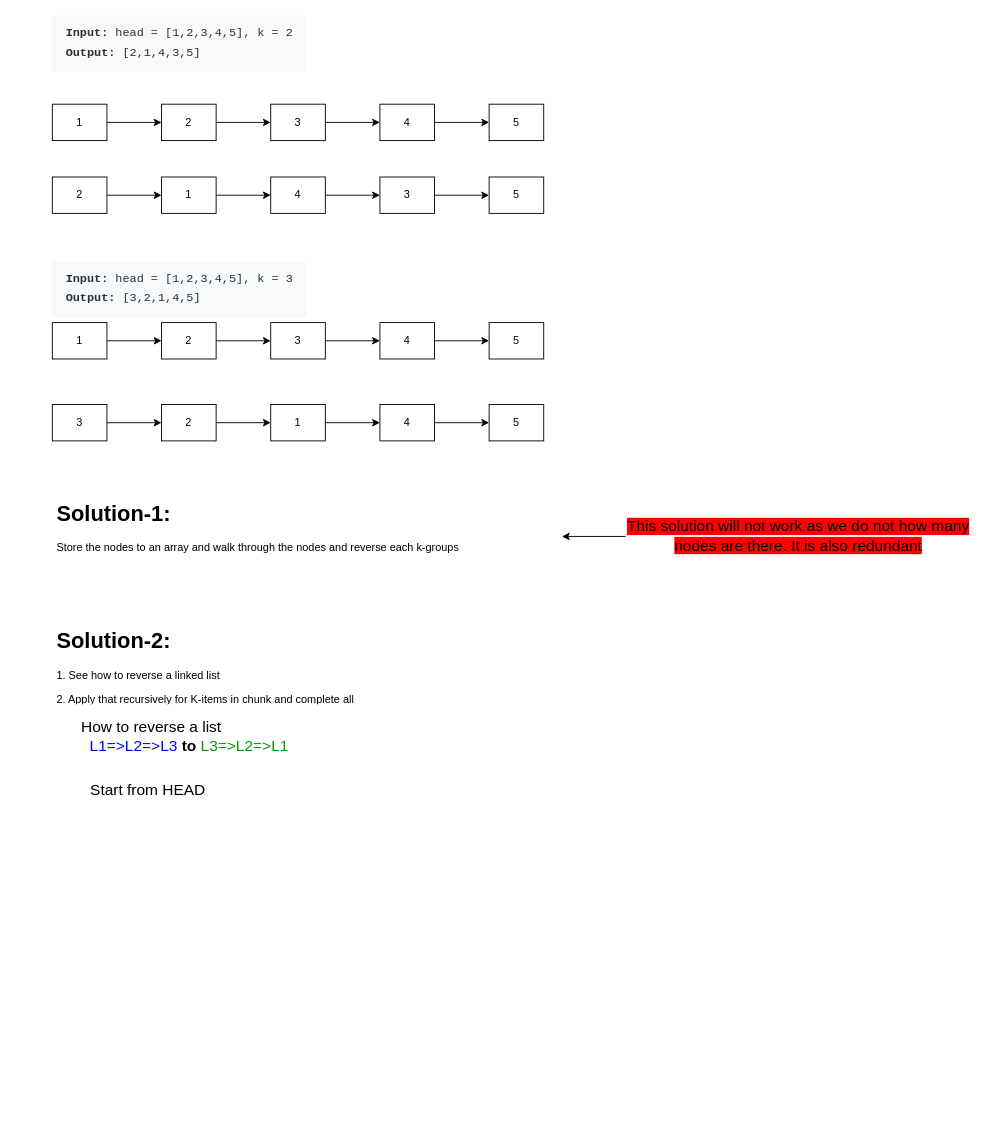
The draw.io diagram docs/reverse_k_th_node_group.drawio in rajsenthil/golang-coding, before the edit. Source tidied: cells renumbered, new cells numbered last; positions are measured from the earlier drawing's top-left corner, leaving out a move shared by most shapes. Both pictures are drawn from the tidied source at 91%, with x=0, y=0 at pixel (34, 22).
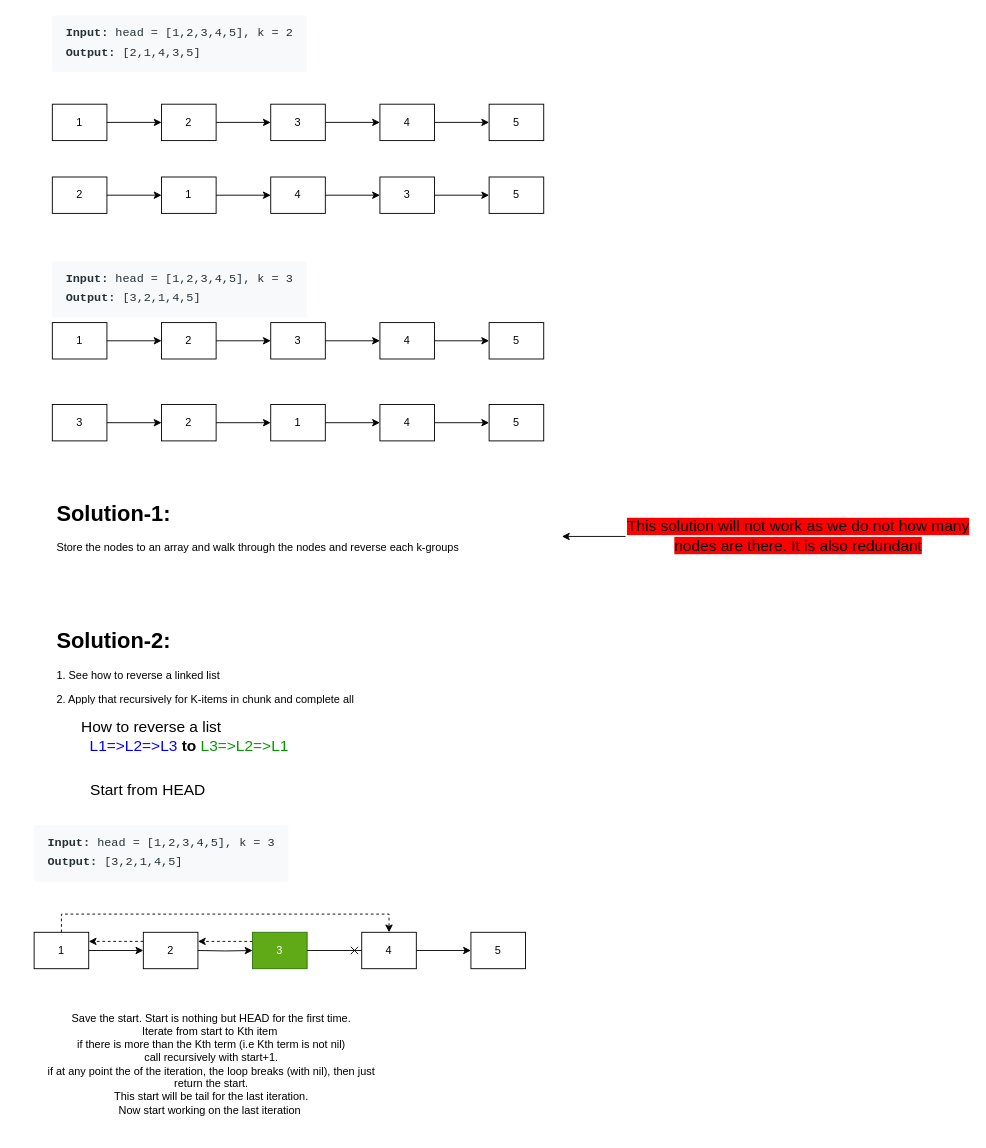
The same page after the edit.

Commit message (it also covers changes not shown here):
reverse k-group nodes

What changed in the source:
```diff
@@
+    <mxCell id="49" style="edgeStyle=orthogonalEdgeStyle;rounded=0;jettySize=auto;html=1;entryX=0.5;entryY=0;entryDx=0;entryDy=0;fontSize=16;endArrow=classic;endFill=1;dashed=1;" parent="1" edge="1" source="50" target="57">
+      <mxGeometry relative="1" as="geometry">
+        <Array as="points">
+          <mxPoint x="30" y="980" />
+          <mxPoint x="390" y="980" />
+        </Array>
+      </mxGeometry>
+    </mxCell>
+    <mxCell id="50" value="1" style="rounded=0;whiteSpace=wrap;html=1;" parent="1" vertex="1">
+      <mxGeometry y="1000" width="60" height="40" as="geometry" />
+    </mxCell>
+    <mxCell id="51" style="edgeStyle=orthogonalEdgeStyle;rounded=0;jettySize=auto;html=1;entryX=1;entryY=0.25;entryDx=0;entryDy=0;dashed=1;fontSize=16;endArrow=classic;endFill=1;" parent="1" edge="1" source="52" target="50">
+      <mxGeometry relative="1" as="geometry">
+        <Array as="points">
+          <mxPoint x="110" y="1010" />
+          <mxPoint x="110" y="1010" />
+        </Array>
+      </mxGeometry>
+    </mxCell>
+    <mxCell id="52" value="2" style="rounded=0;whiteSpace=wrap;html=1;" parent="1" vertex="1">
+      <mxGeometry x="120" y="1000" width="60" height="40" as="geometry" />
+    </mxCell>
+    <mxCell id="53" style="edgeStyle=orthogonalEdgeStyle;rounded=0;jettySize=auto;html=1;entryX=0;entryY=0.5;entryDx=0;entryDy=0;" parent="1" edge="1" source="50" target="52">
+      <mxGeometry relative="1" as="geometry" />
+    </mxCell>
+    <mxCell id="54" style="edgeStyle=orthogonalEdgeStyle;rounded=0;jettySize=auto;html=1;dashed=1;fontSize=16;endArrow=classic;endFill=1;entryX=1;entryY=0.25;entryDx=0;entryDy=0;" parent="1" edge="1" source="55" target="52">
+      <mxGeometry relative="1" as="geometry">
+        <Array as="points">
+          <mxPoint x="230" y="1010" />
+          <mxPoint x="230" y="1010" />
+        </Array>
+      </mxGeometry>
+    </mxCell>
+    <mxCell id="55" value="3" style="rounded=0;whiteSpace=wrap;html=1;fillColor=#60a917;fontColor=#ffffff;strokeColor=#2D7600;" parent="1" vertex="1">
+      <mxGeometry x="240" y="1000" width="60" height="40" as="geometry" />
+    </mxCell>
+    <mxCell id="56" style="edgeStyle=orthogonalEdgeStyle;rounded=0;jettySize=auto;html=1;entryX=0;entryY=0.5;entryDx=0;entryDy=0;" parent="1" edge="1" target="55">
+      <mxGeometry relative="1" as="geometry">
+        <mxPoint x="180" y="1020" as="sourcePoint" />
+      </mxGeometry>
+    </mxCell>
+    <mxCell id="57" value="4" style="rounded=0;whiteSpace=wrap;html=1;" parent="1" vertex="1">
+      <mxGeometry x="360" y="1000" width="60" height="40" as="geometry" />
+    </mxCell>
+    <mxCell id="58" style="edgeStyle=orthogonalEdgeStyle;rounded=0;jettySize=auto;html=1;endArrow=cross;endFill=0;" parent="1" edge="1" source="55" target="57">
+      <mxGeometry relative="1" as="geometry" />
+    </mxCell>
+    <mxCell id="59" value="5" style="rounded=0;whiteSpace=wrap;html=1;" parent="1" vertex="1">
+      <mxGeometry x="480" y="1000" width="60" height="40" as="geometry" />
+    </mxCell>
+    <mxCell id="60" style="edgeStyle=orthogonalEdgeStyle;rounded=0;jettySize=auto;html=1;" parent="1" edge="1" source="57" target="59">
+      <mxGeometry relative="1" as="geometry" />
+    </mxCell>
+    <mxCell id="61" value="&lt;pre style=&quot;box-sizing: border-box; font-family: SFMono-Regular, Consolas, &amp;quot;Liberation Mono&amp;quot;, Menlo, Courier, monospace; font-size: 13px; margin-top: 0px; margin-bottom: 1em; overflow: auto; background: rgb(247, 249, 250); padding: 10px 15px; color: rgb(38, 50, 56); line-height: 1.6; border-radius: 3px; text-align: start;&quot;&gt;&lt;span style=&quot;box-sizing: border-box; font-weight: bolder;&quot;&gt;Input:&lt;/span&gt; head = [1,2,3,4,5], k = 3&lt;br/&gt;&lt;span style=&quot;box-sizing: border-box; font-weight: bolder;&quot;&gt;Output:&lt;/span&gt; [3,2,1,4,5]&lt;/pre&gt;" style="text;html=1;strokeColor=none;fillColor=none;align=center;verticalAlign=middle;whiteSpace=wrap;rounded=0;" parent="1" vertex="1">
+      <mxGeometry x="-20" y="890" width="320" height="60" as="geometry" />
+    </mxCell>
+    <mxCell id="62" value="Save the start. Start is nothing but HEAD for the first time.&lt;br&gt;Iterate from start to Kth item&amp;nbsp;&lt;br&gt;if there is more than the Kth term (i.e Kth term is not nil)&lt;br&gt;call recursively with start+1.&lt;br&gt;if at any point the of the iteration, the loop breaks (with nil), then just return the start.&lt;br&gt;This start will be tail for the last iteration.&lt;br&gt;Now start working on the last iteration&amp;nbsp;" style="text;html=1;strokeColor=none;fillColor=none;align=center;verticalAlign=middle;whiteSpace=wrap;rounded=0;" parent="1" vertex="1">
+      <mxGeometry x="10" y="1070" width="370" height="150" as="geometry" />
+    </mxCell>
```
